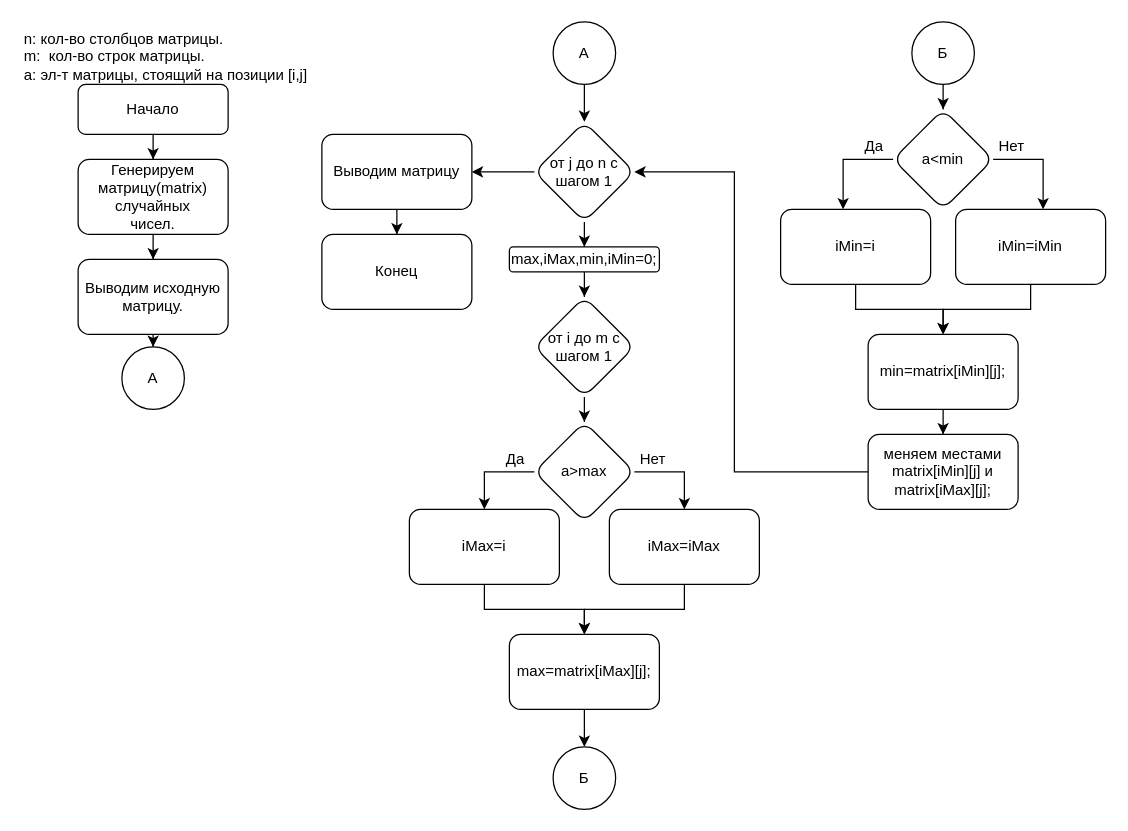
Earlier version of the draw.io diagram lab_3/task_3.drawio (async-master/nsm-avtf). Source tidied: cells renumbered, new cells numbered last; positions are measured from the earlier drawing's top-left corner, leaving out a move shared by most shapes. Both pictures are drawn from the tidied source at 125%, with x=0, y=0 at pixel (21, 21).
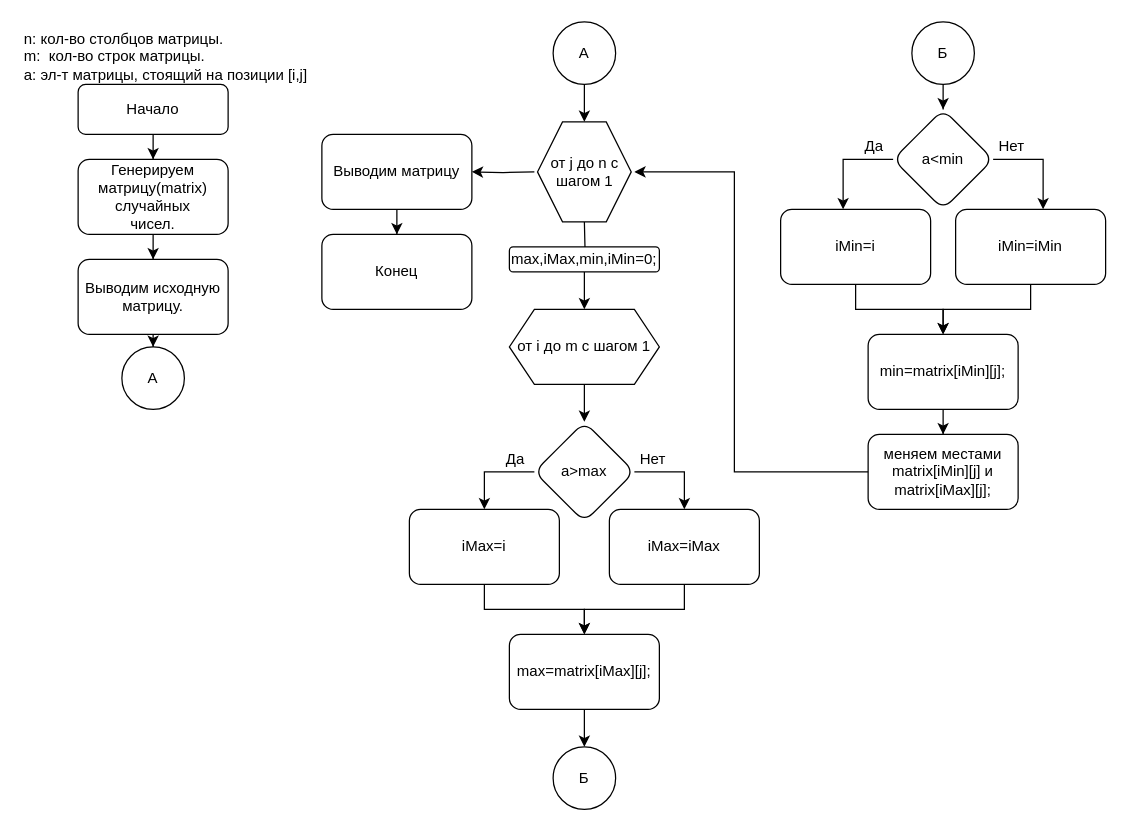
The same page after the edit.

The change refers to these unchanged cells:
```xml
<mxCell id="16" value="A" style="ellipse;whiteSpace=wrap;html=1;rounded=1;glass=0;strokeWidth=1;shadow=0;" parent="1" vertex="1">
  <mxGeometry x="425" width="50" height="50" as="geometry" />
</mxCell>
<mxCell id="18" value="max,iMax,min,iMin=0;" style="whiteSpace=wrap;html=1;rounded=1;glass=0;strokeWidth=1;shadow=0;" parent="1" vertex="1">
  <mxGeometry x="390" y="180" width="120" height="20" as="geometry" />
</mxCell>
<mxCell id="21" value="a&amp;gt;max" style="rhombus;whiteSpace=wrap;html=1;rounded=1;glass=0;strokeWidth=1;shadow=0;" parent="1" vertex="1">
  <mxGeometry x="410" y="320" width="80" height="80" as="geometry" />
</mxCell>
<mxCell id="41" value="меняем местами matrix[iMin][j] и matrix[iMax][j];" style="whiteSpace=wrap;html=1;rounded=1;glass=0;strokeWidth=1;shadow=0;" parent="1" vertex="1">
  <mxGeometry x="677" y="330" width="120" height="60" as="geometry" />
</mxCell>
<mxCell id="47" value="Выводим матрицу" style="whiteSpace=wrap;html=1;rounded=1;glass=0;strokeWidth=1;shadow=0;" parent="1" vertex="1">
  <mxGeometry x="240" y="90" width="120" height="60" as="geometry" />
</mxCell>
```

What changed in the source:
```diff
@@
-    <mxCell id="8" style="edgeStyle=orthogonalEdgeStyle;rounded=0;jettySize=auto;html=1;" parent="1" edge="1" source="10" target="18">
-      <mxGeometry relative="1" as="geometry" />
+    <mxCell id="8" style="edgeStyle=orthogonalEdgeStyle;rounded=0;jettySize=auto;html=1;" parent="1" edge="1" target="18">
+      <mxGeometry relative="1" as="geometry">
+        <mxPoint x="450" y="160" as="sourcePoint" />
+      </mxGeometry>
     </mxCell>
-    <mxCell id="9" style="edgeStyle=orthogonalEdgeStyle;rounded=0;jettySize=auto;html=1;" parent="1" edge="1" source="10" target="47">
-      <mxGeometry relative="1" as="geometry" />
+    <mxCell id="9" style="edgeStyle=orthogonalEdgeStyle;rounded=0;jettySize=auto;html=1;" parent="1" edge="1" target="47">
+      <mxGeometry relative="1" as="geometry">
+        <mxPoint x="410" y="120" as="sourcePoint" />
+      </mxGeometry>
     </mxCell>
-    <mxCell id="10" value="от j до n с шагом 1" style="rhombus;whiteSpace=wrap;html=1;rounded=1;glass=0;strokeWidth=1;shadow=0;" parent="1" vertex="1">
-      <mxGeometry x="410" y="80" width="80" height="80" as="geometry" />
-    </mxCell>
@@
-    <mxCell id="12" style="edgeStyle=orthogonalEdgeStyle;rounded=0;jettySize=auto;html=1;" parent="1" edge="1" source="13" target="21">
+    <mxCell id="12" style="edgeStyle=orthogonalEdgeStyle;rounded=0;jettySize=auto;html=1;exitX=0.5;exitY=1;exitDx=0;exitDy=0;" parent="1" edge="1" source="13" target="21">
       <mxGeometry relative="1" as="geometry" />
     </mxCell>
-    <mxCell id="13" value="от i до m с шагом 1" style="rhombus;whiteSpace=wrap;html=1;rounded=1;glass=0;strokeWidth=1;shadow=0;" parent="1" vertex="1">
-      <mxGeometry x="410" y="220" width="80" height="80" as="geometry" />
-    </mxCell>
@@
-    <mxCell id="15" style="edgeStyle=orthogonalEdgeStyle;rounded=0;jettySize=auto;html=1;" parent="1" edge="1" source="16" target="10">
-      <mxGeometry relative="1" as="geometry" />
+    <mxCell id="15" style="edgeStyle=orthogonalEdgeStyle;rounded=0;jettySize=auto;html=1;" parent="1" edge="1" source="16">
+      <mxGeometry relative="1" as="geometry">
+        <mxPoint x="450" y="80" as="targetPoint" />
+      </mxGeometry>
     </mxCell>
@@
-    <mxCell id="17" style="edgeStyle=orthogonalEdgeStyle;rounded=0;jettySize=auto;html=1;" parent="1" edge="1" source="18" target="13">
+    <mxCell id="17" style="edgeStyle=orthogonalEdgeStyle;rounded=0;jettySize=auto;html=1;entryX=0.5;entryY=0;entryDx=0;entryDy=0;" parent="1" edge="1" source="18" target="13">
       <mxGeometry relative="1" as="geometry" />
     </mxCell>
@@
-    <mxCell id="45" style="endArrow=classic;html=1;rounded=0;entryX=1;entryY=0.5;entryDx=0;entryDy=0;exitX=0;exitY=0.5;exitDx=0;exitDy=0;" parent="1" edge="1" source="41" target="10">
+    <mxCell id="45" style="endArrow=classic;html=1;rounded=0;entryX=1;entryY=0.5;entryDx=0;entryDy=0;exitX=0;exitY=0.5;exitDx=0;exitDy=0;" parent="1" edge="1" source="41">
       <mxGeometry relative="1" as="geometry">
+        <mxPoint x="490" y="120" as="targetPoint" />
         <Array as="points">
           <mxPoint x="570" y="360" />
           <mxPoint x="570" y="120" />
         </Array>
       </mxGeometry>
     </mxCell>
@@
+    <mxCell id="10" value="от j до n с шагом 1" style="shape=hexagon;perimeter=hexagonPerimeter2;whiteSpace=wrap;html=1;fixedSize=1;" parent="1" vertex="1">
+      <mxGeometry x="412.5" y="80" width="75" height="80" as="geometry" />
+    </mxCell>
+    <mxCell id="13" value="от i до m с шагом 1" style="shape=hexagon;perimeter=hexagonPerimeter2;whiteSpace=wrap;html=1;fixedSize=1;" parent="1" vertex="1">
+      <mxGeometry x="390" y="230" width="120" height="60" as="geometry" />
+    </mxCell>
```
